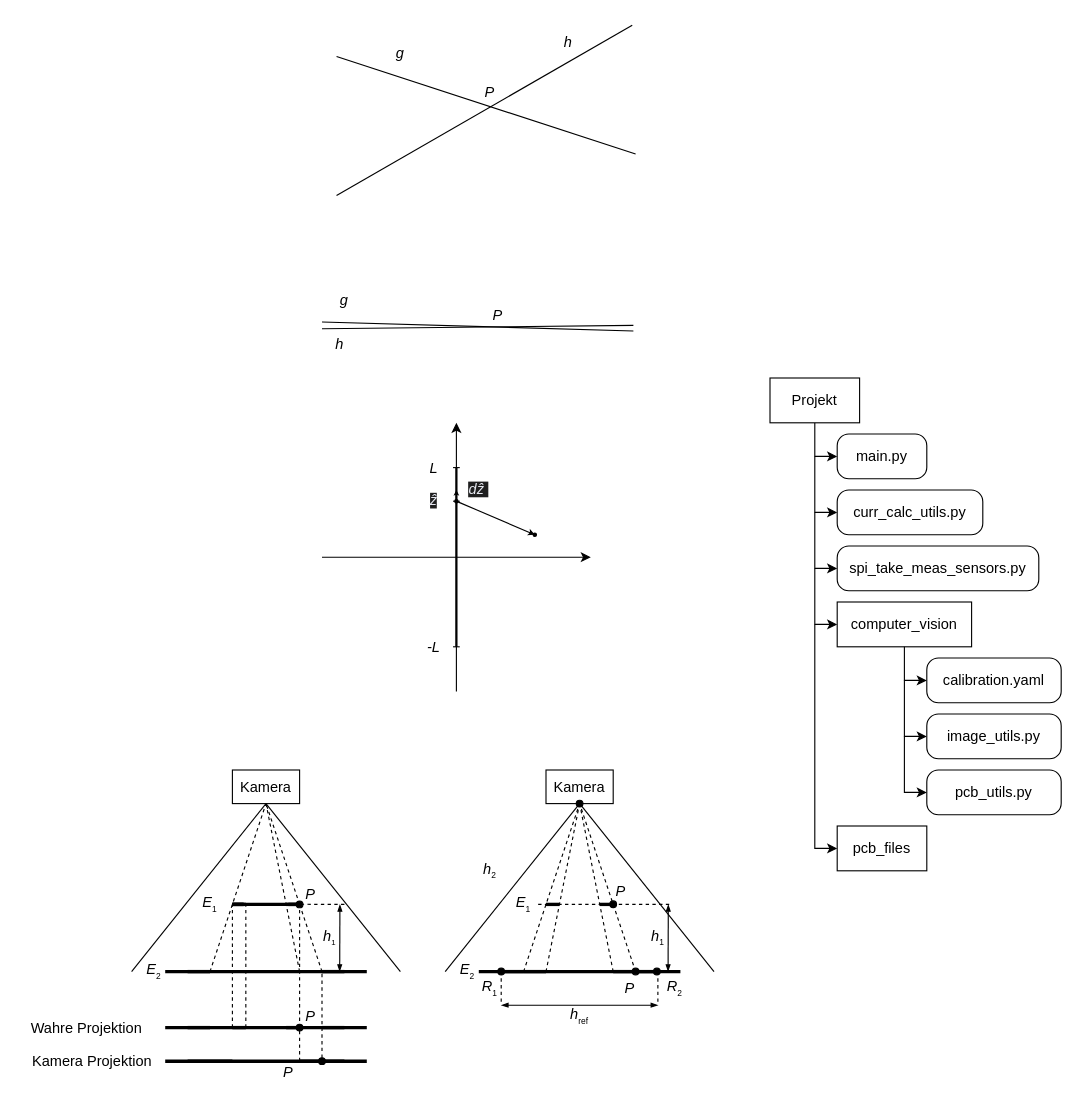
This is Masterarbeit.drawio from reinlten/TPA_Kolb, a draw.io file, before an edit. Source tidied: cells renumbered, new cells numbered last; positions are measured from the earlier drawing's top-left corner, leaving out a move shared by most shapes. Both pictures are drawn from the tidied source at 112%, with x=0, y=0 at pixel (19, 19).
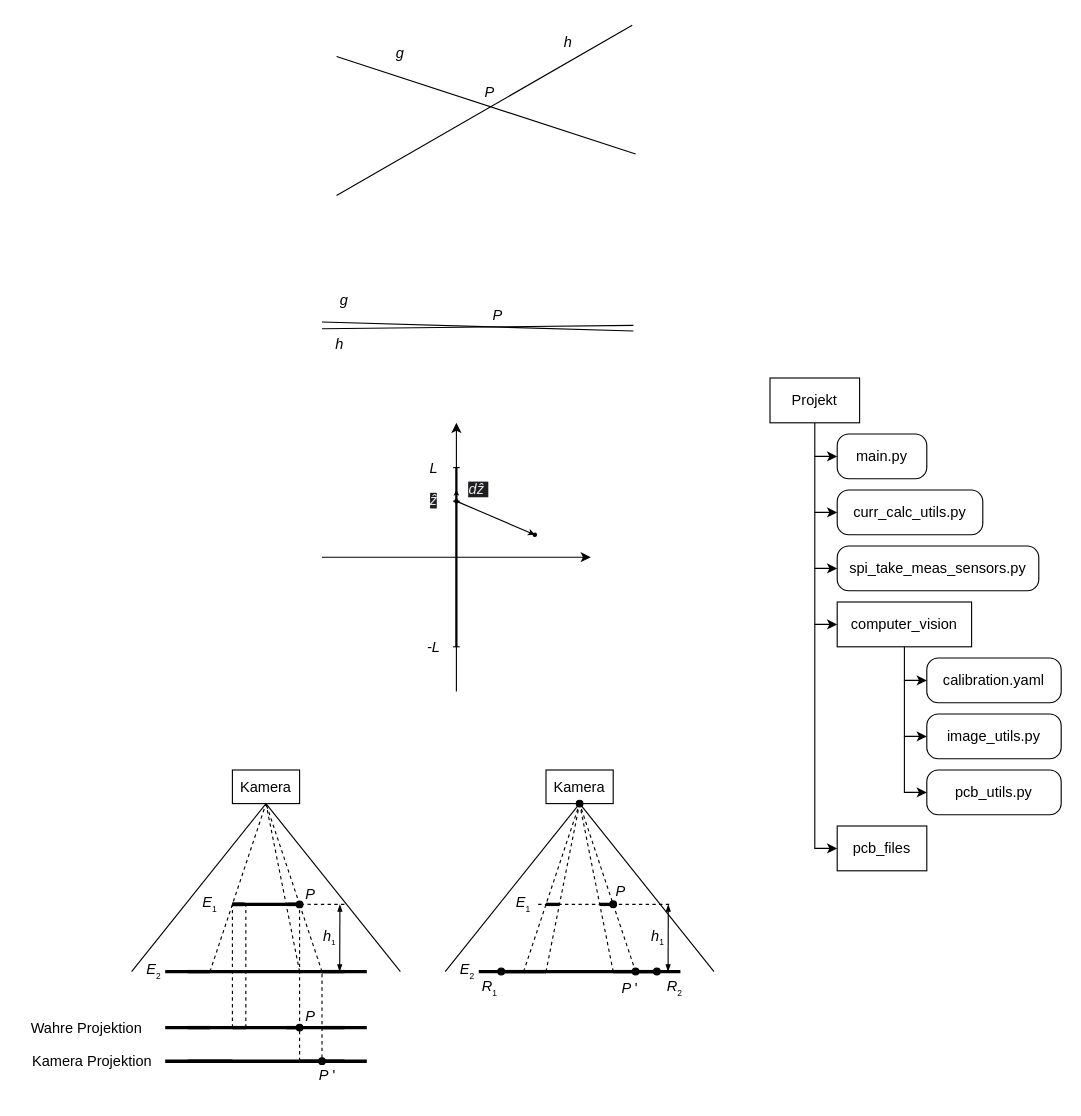
After the change.

The edit, as a diff of the source:
```diff
@@
-    <mxCell id="86" value="&lt;font face=&quot;Helvetica&quot; style=&quot;&quot;&gt;&lt;span style=&quot;font-style: italic; font-size: 13px;&quot;&gt;h&lt;/span&gt;&lt;sub style=&quot;&quot;&gt;&lt;font style=&quot;font-size: 7.54px;&quot;&gt;2&lt;/font&gt;&lt;/sub&gt;&lt;/font&gt;" style="text;html=1;align=center;verticalAlign=middle;whiteSpace=wrap;rounded=0;fontColor=light-dark(#000000,#000000);fontFamily=arial;" parent="1" vertex="1">
-      <mxGeometry x="380" y="740" width="80" height="40" as="geometry" />
-    </mxCell>
@@
-    <mxCell id="100" value="&lt;font face=&quot;Helvetica&quot; style=&quot;font-size: 13px;&quot;&gt;&lt;i&gt;P&lt;/i&gt;&lt;/font&gt;" style="text;html=1;align=center;verticalAlign=middle;whiteSpace=wrap;rounded=0;fontColor=light-dark(#000000,#000000);fontFamily=arial;" parent="1" vertex="1">
-      <mxGeometry x="220" y="920" width="40" height="40" as="geometry" />
+    <mxCell id="100" value="&lt;font face=&quot;Helvetica&quot; style=&quot;font-size: 13px;&quot;&gt;&lt;i&gt;P&amp;nbsp;&lt;/i&gt;'&lt;/font&gt;" style="text;html=1;align=center;verticalAlign=middle;whiteSpace=wrap;rounded=0;fontColor=light-dark(#000000,#000000);fontFamily=arial;" parent="1" vertex="1">
+      <mxGeometry x="255" y="922" width="40" height="40" as="geometry" />
     </mxCell>
@@
-    <mxCell id="112" value="&lt;font face=&quot;Helvetica&quot; style=&quot;font-size: 13px;&quot;&gt;&lt;i&gt;P&lt;/i&gt;&lt;/font&gt;" style="text;html=1;align=center;verticalAlign=middle;whiteSpace=wrap;rounded=0;fontColor=light-dark(#000000,#000000);fontFamily=arial;" parent="1" vertex="1">
+    <mxCell id="112" value="&lt;font face=&quot;Helvetica&quot; style=&quot;font-size: 13px;&quot;&gt;&lt;i&gt;P &lt;/i&gt;'&lt;/font&gt;" style="text;html=1;align=center;verticalAlign=middle;whiteSpace=wrap;rounded=0;fontColor=light-dark(#000000,#000000);fontFamily=arial;" parent="1" vertex="1">
       <mxGeometry x="530" y="850" width="30" height="30" as="geometry" />
     </mxCell>
@@
-    <mxCell id="122" style="endArrow=blockThin;startArrow=blockThin;html=1;rounded=0;strokeColor=light-dark(#000000,#000000);startFill=1;endFill=1;startSize=4;endSize=4;" parent="1" edge="1">
-      <mxGeometry relative="1" as="geometry">
-        <mxPoint x="570" y="880" as="sourcePoint" />
-        <mxPoint x="430" y="880" as="targetPoint" />
-      </mxGeometry>
-    </mxCell>
-    <mxCell id="123" style="endArrow=none;dashed=1;html=1;strokeWidth=1;rounded=0;strokeColor=light-dark(#000000,#000000);" parent="1" edge="1">
-      <mxGeometry relative="1" as="geometry">
-        <mxPoint x="430" y="850" as="sourcePoint" />
-        <mxPoint x="430" y="880" as="targetPoint" />
-      </mxGeometry>
-    </mxCell>
-    <mxCell id="124" style="endArrow=none;dashed=1;html=1;strokeWidth=1;rounded=0;strokeColor=light-dark(#000000,#000000);" parent="1" edge="1">
-      <mxGeometry relative="1" as="geometry">
-        <mxPoint x="569.9" y="850" as="sourcePoint" />
-        <mxPoint x="569.9" y="880" as="targetPoint" />
-      </mxGeometry>
-    </mxCell>
-    <mxCell id="125" value="&lt;font face=&quot;Helvetica&quot; style=&quot;&quot;&gt;&lt;span style=&quot;font-style: italic; font-size: 13px;&quot;&gt;h&lt;/span&gt;&lt;sub style=&quot;&quot;&gt;&lt;font style=&quot;font-size: 7.54px;&quot;&gt;ref&lt;/font&gt;&lt;/sub&gt;&lt;/font&gt;" style="text;html=1;align=center;verticalAlign=middle;whiteSpace=wrap;rounded=0;fontColor=light-dark(#000000,#000000);fontFamily=arial;" parent="1" vertex="1">
-      <mxGeometry x="490" y="880" width="20" height="20" as="geometry" />
-    </mxCell>
```
